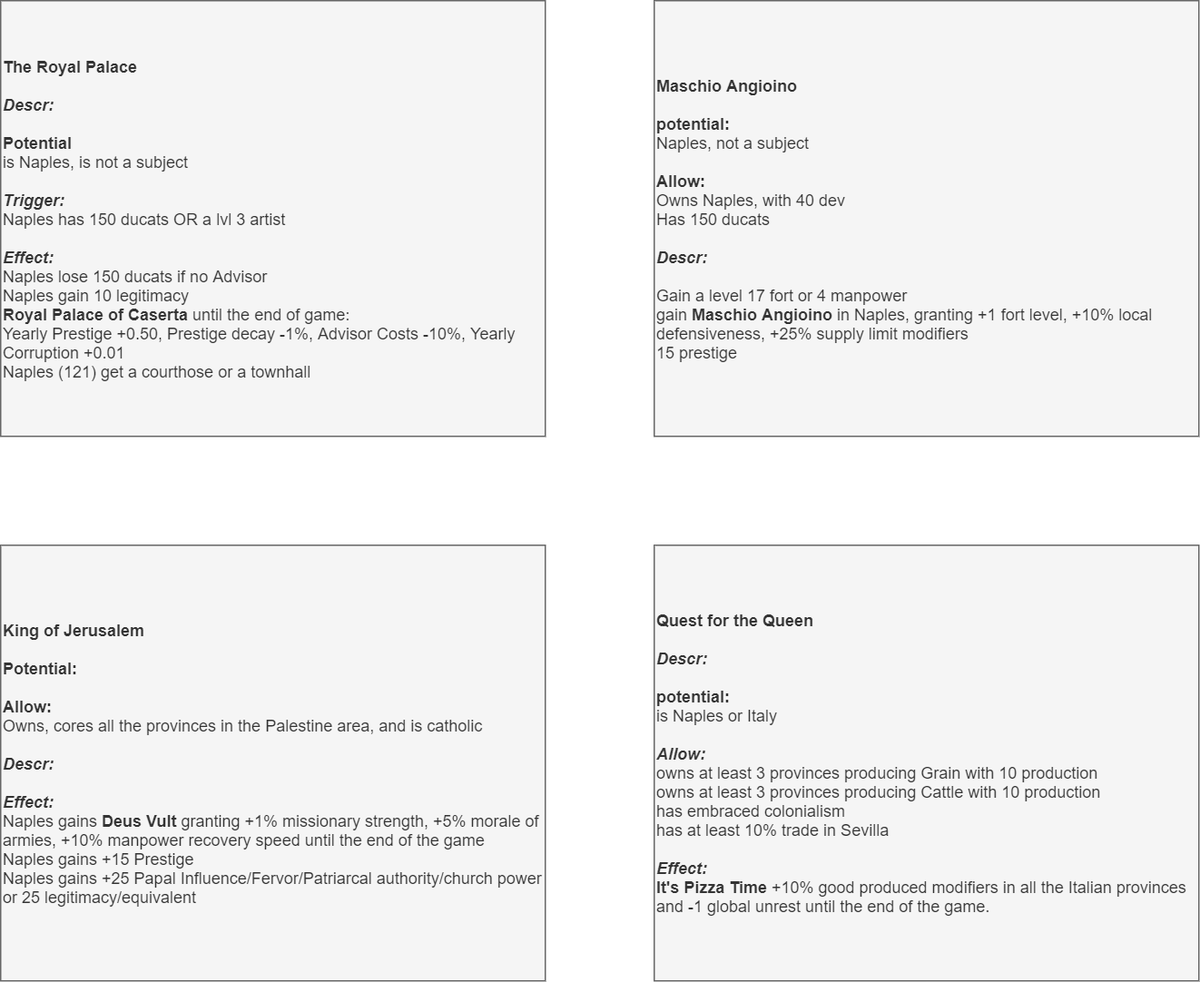
Above: Naples/It's Pizza Time 0.97-Decision.png in Melvasul/Missions-Expanded (draw.io), before the change. Source tidied: cells renumbered, new cells last; positions are measured from the earlier drawing's top-left corner, leaving out a move shared by most shapes.
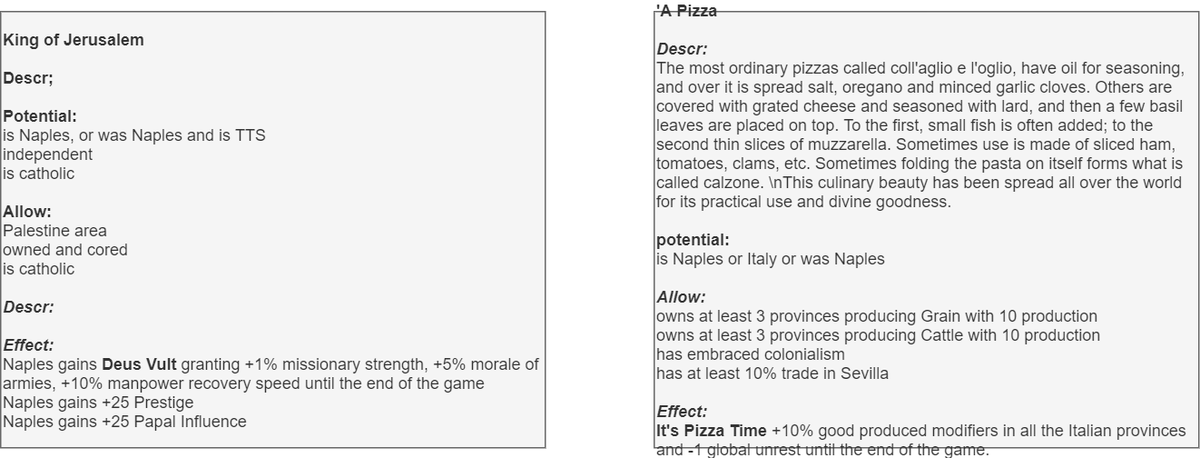
After the commit.

The edit, as a diff of the source:
```diff
@@ -2,16 +2,10 @@
   <root>
     <mxCell id="0" />
     <mxCell id="1" parent="0" />
-    <mxCell id="2" value="&lt;div style=&quot;font-size: 12px&quot; align=&quot;left&quot;&gt;&lt;font style=&quot;font-size: 12px&quot;&gt;&lt;b style=&quot;font-size: 12px&quot;&gt;&lt;font style=&quot;font-size: 12px&quot;&gt;The Royal Palace&lt;/font&gt;&lt;/b&gt;&lt;/font&gt;&lt;/div&gt;&lt;div style=&quot;font-size: 12px&quot; align=&quot;left&quot;&gt;&lt;font style=&quot;font-size: 12px&quot;&gt;&lt;b style=&quot;font-size: 12px&quot;&gt;&lt;font style=&quot;font-size: 12px&quot;&gt;&lt;br style=&quot;font-size: 12px&quot;&gt;&lt;/font&gt;&lt;/b&gt;&lt;/font&gt;&lt;/div&gt;&lt;div style=&quot;font-size: 12px&quot; align=&quot;left&quot;&gt;&lt;font style=&quot;font-size: 12px&quot;&gt;&lt;span style=&quot;font-size: 12px&quot;&gt;&lt;font style=&quot;font-size: 12px&quot;&gt;&lt;i style=&quot;font-size: 12px&quot;&gt;&lt;b style=&quot;font-size: 12px&quot;&gt;Descr:&lt;/b&gt;&lt;/i&gt;&lt;/font&gt;&lt;/span&gt;&lt;/font&gt;&lt;/div&gt;&lt;div style=&quot;font-size: 12px&quot; align=&quot;left&quot;&gt;&lt;div align=&quot;left&quot; style=&quot;font-size: 12px&quot;&gt;&lt;br&gt;&lt;/div&gt;&lt;div align=&quot;left&quot; style=&quot;font-size: 12px&quot;&gt;&lt;b&gt;Potential&lt;/b&gt;&lt;/div&gt;&lt;div align=&quot;left&quot; style=&quot;font-size: 12px&quot;&gt;is Naples, is not a subject&lt;/div&gt;&lt;div align=&quot;left&quot; style=&quot;font-size: 12px&quot;&gt;&lt;br&gt;&lt;/div&gt;&lt;/div&gt;&lt;div style=&quot;font-size: 12px&quot; align=&quot;left&quot;&gt;&lt;font style=&quot;font-size: 12px&quot;&gt;&lt;b style=&quot;font-size: 12px&quot;&gt;&lt;i style=&quot;font-size: 12px&quot;&gt;Trigger:&lt;/i&gt;&lt;/b&gt;&lt;/font&gt;&lt;/div&gt;&lt;div style=&quot;font-size: 12px&quot; align=&quot;left&quot;&gt;Naples has 150 ducats OR a lvl 3 artist&lt;/div&gt;&lt;div style=&quot;font-size: 12px&quot; align=&quot;left&quot;&gt;&lt;br&gt;&lt;/div&gt;&lt;div style=&quot;font-size: 12px&quot; align=&quot;left&quot;&gt;&lt;font style=&quot;font-size: 12px&quot;&gt;&lt;font style=&quot;font-size: 12px&quot;&gt;&lt;b style=&quot;font-size: 12px&quot;&gt;&lt;i style=&quot;font-size: 12px&quot;&gt;Effect:&lt;/i&gt;&lt;/b&gt;&lt;/font&gt;&lt;/font&gt;&lt;/div&gt;&lt;div style=&quot;font-size: 12px&quot; align=&quot;left&quot;&gt;Naples lose 150 ducats if no Advisor&lt;/div&gt;&lt;div style=&quot;font-size: 12px&quot; align=&quot;left&quot;&gt;Naples gain 10 legitimacy&lt;/div&gt;&lt;div style=&quot;font-size: 12px&quot; align=&quot;left&quot;&gt;&lt;b&gt;Royal Palace of Caserta &lt;/b&gt;until the end of game:&lt;/div&gt;&lt;div style=&quot;font-size: 12px&quot; align=&quot;left&quot;&gt;&lt;div align=&quot;left&quot;&gt;Yearly Prestige +0.50,&amp;nbsp;&lt;span&gt;Prestige decay -1%,&lt;/span&gt;&lt;span&gt;&amp;nbsp;&lt;/span&gt;&lt;span&gt;Advisor Costs -10%, Yearly Corruption +0.01&lt;/span&gt;&lt;/div&gt;&lt;div align=&quot;left&quot;&gt;&lt;span&gt;Naples (121)&amp;nbsp;&lt;/span&gt;&lt;span&gt;get a courthose or a townhall&lt;/span&gt;&lt;br&gt;&lt;/div&gt;&lt;/div&gt;" style="rounded=0;whiteSpace=wrap;html=1;align=left;fontSize=12;fillColor=#f5f5f5;strokeColor=#666666;fontColor=#333333;" parent="1" vertex="1">
-      <mxGeometry width="400" height="320" as="geometry" />
-    </mxCell>
-    <mxCell id="3" value="&lt;div style=&quot;font-size: 12px&quot;&gt;&lt;b&gt;Maschio Angioino&lt;/b&gt;&lt;/div&gt;&lt;div style=&quot;font-size: 12px&quot;&gt;&lt;b&gt;&lt;br&gt;&lt;/b&gt;&lt;/div&gt;&lt;div style=&quot;font-size: 12px&quot;&gt;&lt;b&gt;potential:&lt;/b&gt;&lt;/div&gt;&lt;div style=&quot;font-size: 12px&quot;&gt;Naples, not a subject&lt;/div&gt;&lt;div style=&quot;font-size: 12px&quot;&gt;&lt;b&gt;&lt;br&gt;&lt;/b&gt;&lt;/div&gt;&lt;div style=&quot;font-size: 12px&quot;&gt;&lt;b&gt;Allow:&lt;/b&gt;&lt;/div&gt;&lt;div style=&quot;font-size: 12px&quot;&gt;Owns Naples, with 40 dev&lt;/div&gt;&lt;div style=&quot;font-size: 12px&quot;&gt;Has 150 ducats&lt;/div&gt;&lt;div style=&quot;font-size: 12px&quot;&gt;&lt;b&gt;&lt;br&gt;&lt;/b&gt;&lt;/div&gt;&lt;div&gt;&lt;font&gt;&lt;div style=&quot;font-size: 12px&quot;&gt;&lt;b style=&quot;font-size: 12px&quot;&gt;&lt;i style=&quot;font-size: 12px&quot;&gt;Descr:&amp;nbsp;&lt;/i&gt;&lt;/b&gt;&lt;/div&gt;&lt;div style=&quot;font-size: 12px&quot;&gt;&lt;b style=&quot;font-size: 12px&quot;&gt;&lt;i style=&quot;font-size: 12px&quot;&gt;&lt;br&gt;&lt;/i&gt;&lt;/b&gt;&lt;/div&gt;&lt;/font&gt;&lt;/div&gt;&lt;div style=&quot;font-size: 12px&quot;&gt;&lt;/div&gt;&lt;font&gt;Gain a level 17 fort or 4 manpower&lt;br&gt;gain &lt;b&gt;Maschio Angioino&lt;/b&gt;&amp;nbsp;in Naples, granting +1 fort level, +10% local defensiveness, +25% supply limit modifiers&lt;br&gt;15 prestige&lt;br&gt;&lt;/font&gt;" style="rounded=0;whiteSpace=wrap;html=1;align=left;fontSize=12;fillColor=#f5f5f5;strokeColor=#666666;fontColor=#333333;fontFamily=Helvetica;" parent="1" vertex="1">
-      <mxGeometry x="480" width="400" height="320" as="geometry" />
-    </mxCell>
-    <mxCell id="4" value="&lt;div style=&quot;font-size: 12px&quot;&gt;&lt;b style=&quot;font-size: 12px&quot;&gt;King of Jerusalem&lt;/b&gt;&lt;/div&gt;&lt;div style=&quot;font-size: 12px&quot;&gt;&lt;b style=&quot;font-size: 12px&quot;&gt;&lt;i style=&quot;font-size: 12px&quot;&gt;&lt;br&gt;&lt;/i&gt;&lt;/b&gt;&lt;/div&gt;&lt;div style=&quot;font-size: 12px&quot;&gt;&lt;b style=&quot;font-size: 12px&quot;&gt;&lt;span style=&quot;font-size: 12px&quot;&gt;Potential:&lt;/span&gt;&lt;/b&gt;&lt;/div&gt;&lt;div style=&quot;font-size: 12px&quot;&gt;&lt;br&gt;&lt;/div&gt;&lt;div style=&quot;font-size: 12px&quot;&gt;&lt;b style=&quot;font-size: 12px&quot;&gt;&lt;span style=&quot;font-size: 12px&quot;&gt;&lt;span style=&quot;font-size: 12px&quot;&gt;Allow:&lt;/span&gt;&lt;br style=&quot;font-size: 12px&quot;&gt;&lt;/span&gt;&lt;/b&gt;&lt;/div&gt;&lt;div style=&quot;font-size: 12px&quot;&gt;&lt;span&gt;Owns, cores all the provinces in the Palestine area, and is catholic&lt;/span&gt;&lt;br&gt;&lt;/div&gt;&lt;div style=&quot;font-size: 12px&quot;&gt;&lt;font style=&quot;font-size: 12px&quot;&gt;&lt;br&gt;&lt;/font&gt;&lt;/div&gt;&lt;div style=&quot;font-size: 12px&quot;&gt;&lt;i style=&quot;font-weight: 700&quot;&gt;Descr:&lt;/i&gt;&lt;br&gt;&lt;/div&gt;&lt;div style=&quot;font-size: 12px&quot;&gt;&lt;font style=&quot;font-size: 12px&quot;&gt;&lt;i style=&quot;font-weight: 700&quot;&gt;&lt;br&gt;&lt;/i&gt;&lt;/font&gt;&lt;/div&gt;&lt;div style=&quot;font-size: 12px&quot;&gt;&lt;font style=&quot;font-size: 12px&quot;&gt;&lt;b style=&quot;font-size: 12px&quot;&gt;&lt;i style=&quot;font-size: 12px&quot;&gt;Effect:&lt;/i&gt;&lt;/b&gt;&lt;/font&gt;&lt;/div&gt;&lt;div style=&quot;font-size: 12px&quot;&gt;Naples gains &lt;b&gt;Deus Vult&lt;/b&gt;&amp;nbsp;granting +1% missionary strength, +5% morale of armies, +10% manpower recovery speed until the end of the game&lt;/div&gt;&lt;div style=&quot;font-size: 12px&quot;&gt;Naples gains +15 Prestige&lt;/div&gt;&lt;div style=&quot;font-size: 12px&quot;&gt;Naples gains +25 Papal Influence/Fervor/Patriarcal authority/church power or 25 legitimacy/equivalent&lt;/div&gt;" style="rounded=0;whiteSpace=wrap;html=1;align=left;fontSize=12;fillColor=#f5f5f5;strokeColor=#666666;fontColor=#333333;" parent="1" vertex="1">
+    <mxCell id="4" value="&lt;div style=&quot;font-size: 12px&quot;&gt;&lt;b style=&quot;font-size: 12px&quot;&gt;King of Jerusalem&lt;/b&gt;&lt;/div&gt;&lt;div style=&quot;font-size: 12px&quot;&gt;&lt;b style=&quot;font-size: 12px&quot;&gt;&lt;br&gt;&lt;/b&gt;&lt;/div&gt;&lt;div style=&quot;font-size: 12px&quot;&gt;&lt;b style=&quot;font-size: 12px&quot;&gt;Descr;&lt;/b&gt;&lt;/div&gt;&lt;div style=&quot;font-size: 12px&quot;&gt;&lt;b style=&quot;font-size: 12px&quot;&gt;&lt;i style=&quot;font-size: 12px&quot;&gt;&lt;br&gt;&lt;/i&gt;&lt;/b&gt;&lt;/div&gt;&lt;div style=&quot;font-size: 12px&quot;&gt;&lt;b style=&quot;font-size: 12px&quot;&gt;&lt;span style=&quot;font-size: 12px&quot;&gt;Potential:&lt;/span&gt;&lt;/b&gt;&lt;/div&gt;&lt;div style=&quot;font-size: 12px&quot;&gt;is Naples, or was Naples and is TTS&lt;/div&gt;&lt;div style=&quot;font-size: 12px&quot;&gt;independent&lt;/div&gt;&lt;div style=&quot;font-size: 12px&quot;&gt;is catholic&lt;/div&gt;&lt;div style=&quot;font-size: 12px&quot;&gt;&lt;br&gt;&lt;/div&gt;&lt;div style=&quot;font-size: 12px&quot;&gt;&lt;b style=&quot;font-size: 12px&quot;&gt;&lt;span style=&quot;font-size: 12px&quot;&gt;&lt;span style=&quot;font-size: 12px&quot;&gt;Allow:&lt;/span&gt;&lt;br style=&quot;font-size: 12px&quot;&gt;&lt;/span&gt;&lt;/b&gt;&lt;/div&gt;&lt;div style=&quot;font-size: 12px&quot;&gt;&lt;span&gt;Palestine area&lt;/span&gt;&lt;br&gt;&lt;/div&gt;&lt;div style=&quot;font-size: 12px&quot;&gt;&lt;span&gt;owned and cored&lt;/span&gt;&lt;/div&gt;&lt;div style=&quot;font-size: 12px&quot;&gt;&lt;span&gt;is catholic&lt;/span&gt;&lt;/div&gt;&lt;div style=&quot;font-size: 12px&quot;&gt;&lt;font style=&quot;font-size: 12px&quot;&gt;&lt;br&gt;&lt;/font&gt;&lt;/div&gt;&lt;div style=&quot;font-size: 12px&quot;&gt;&lt;i style=&quot;font-weight: 700&quot;&gt;Descr:&lt;/i&gt;&lt;br&gt;&lt;/div&gt;&lt;div style=&quot;font-size: 12px&quot;&gt;&lt;font style=&quot;font-size: 12px&quot;&gt;&lt;i style=&quot;font-weight: 700&quot;&gt;&lt;br&gt;&lt;/i&gt;&lt;/font&gt;&lt;/div&gt;&lt;div style=&quot;font-size: 12px&quot;&gt;&lt;font style=&quot;font-size: 12px&quot;&gt;&lt;b style=&quot;font-size: 12px&quot;&gt;&lt;i style=&quot;font-size: 12px&quot;&gt;Effect:&lt;/i&gt;&lt;/b&gt;&lt;/font&gt;&lt;/div&gt;&lt;div style=&quot;font-size: 12px&quot;&gt;Naples gains &lt;b&gt;Deus Vult&lt;/b&gt;&amp;nbsp;granting +1% missionary strength, +5% morale of armies, +10% manpower recovery speed until the end of the game&lt;/div&gt;&lt;div style=&quot;font-size: 12px&quot;&gt;Naples gains +25 Prestige&lt;/div&gt;&lt;div style=&quot;font-size: 12px&quot;&gt;Naples gains +25 Papal Influence&lt;/div&gt;" style="rounded=0;whiteSpace=wrap;html=1;align=left;fontSize=12;fillColor=#f5f5f5;strokeColor=#666666;fontColor=#333333;" parent="1" vertex="1">
       <mxGeometry y="400" width="400" height="320" as="geometry" />
     </mxCell>
-    <mxCell id="5" value="&lt;div style=&quot;font-size: 12px&quot; align=&quot;left&quot;&gt;&lt;b&gt;Quest for the Queen&lt;/b&gt;&lt;/div&gt;&lt;div style=&quot;font-size: 12px&quot; align=&quot;left&quot;&gt;&lt;b&gt;&lt;br&gt;&lt;/b&gt;&lt;/div&gt;&lt;div style=&quot;font-size: 12px&quot; align=&quot;left&quot;&gt;&lt;font style=&quot;font-size: 12px&quot;&gt;&lt;span style=&quot;font-size: 12px&quot;&gt;&lt;font style=&quot;font-size: 12px&quot;&gt;&lt;i style=&quot;font-size: 12px&quot;&gt;&lt;b style=&quot;font-size: 12px&quot;&gt;Descr:&lt;/b&gt;&lt;/i&gt;&lt;/font&gt;&lt;/span&gt;&lt;/font&gt;&lt;/div&gt;&lt;div style=&quot;font-size: 12px&quot; align=&quot;left&quot;&gt;&lt;div align=&quot;left&quot; style=&quot;font-size: 12px&quot;&gt;&lt;br&gt;&lt;/div&gt;&lt;div align=&quot;left&quot; style=&quot;font-size: 12px&quot;&gt;&lt;b&gt;potential:&lt;/b&gt;&lt;/div&gt;&lt;div align=&quot;left&quot; style=&quot;font-size: 12px&quot;&gt;is Naples or Italy&lt;/div&gt;&lt;div align=&quot;left&quot; style=&quot;font-size: 12px&quot;&gt;&lt;br&gt;&lt;/div&gt;&lt;/div&gt;&lt;div style=&quot;font-size: 12px&quot; align=&quot;left&quot;&gt;&lt;font style=&quot;font-size: 12px&quot;&gt;&lt;b style=&quot;font-size: 12px&quot;&gt;&lt;i style=&quot;font-size: 12px&quot;&gt;Allow:&lt;/i&gt;&lt;/b&gt;&lt;/font&gt;&lt;/div&gt;&lt;div style=&quot;font-size: 12px&quot; align=&quot;left&quot;&gt;owns at least 3 provinces producing Grain with 10 production&lt;/div&gt;&lt;div style=&quot;font-size: 12px&quot; align=&quot;left&quot;&gt;owns at least 3 provinces producing Cattle&amp;nbsp;with 10 production&lt;/div&gt;&lt;div style=&quot;font-size: 12px&quot; align=&quot;left&quot;&gt;has embraced colonialism&lt;/div&gt;&lt;div style=&quot;font-size: 12px&quot; align=&quot;left&quot;&gt;has at least 10% trade in Sevilla&lt;/div&gt;&lt;div style=&quot;font-size: 12px&quot; align=&quot;left&quot;&gt;&lt;br&gt;&lt;/div&gt;&lt;div style=&quot;font-size: 12px&quot; align=&quot;left&quot;&gt;&lt;font style=&quot;font-size: 12px&quot;&gt;&lt;font style=&quot;font-size: 12px&quot;&gt;&lt;b style=&quot;font-size: 12px&quot;&gt;&lt;i style=&quot;font-size: 12px&quot;&gt;Effect:&lt;/i&gt;&lt;/b&gt;&lt;/font&gt;&lt;/font&gt;&lt;/div&gt;&lt;div style=&quot;font-size: 12px&quot; align=&quot;left&quot;&gt;&lt;b style=&quot;font-size: 12px&quot;&gt;It's Pizza Time&amp;nbsp;&lt;/b&gt;+&lt;span style=&quot;font-size: 12px&quot;&gt;10% good produced modifiers in all the Italian provinces and -1 global unrest until the end of the game.&lt;/span&gt;&lt;/div&gt;" style="rounded=0;whiteSpace=wrap;html=1;align=left;fontSize=12;fillColor=#f5f5f5;strokeColor=#666666;fontColor=#333333;" parent="1" vertex="1">
+    <mxCell id="5" value="&lt;div align=&quot;left&quot;&gt;&lt;b&gt;'A Pizza&lt;/b&gt;&lt;br&gt;&lt;/div&gt;&lt;div style=&quot;font-size: 12px&quot; align=&quot;left&quot;&gt;&lt;b&gt;&lt;br&gt;&lt;/b&gt;&lt;/div&gt;&lt;div style=&quot;font-size: 12px&quot; align=&quot;left&quot;&gt;&lt;font style=&quot;font-size: 12px&quot;&gt;&lt;span style=&quot;font-size: 12px&quot;&gt;&lt;font style=&quot;font-size: 12px&quot;&gt;&lt;i style=&quot;font-size: 12px&quot;&gt;&lt;b style=&quot;font-size: 12px&quot;&gt;Descr:&lt;/b&gt;&lt;/i&gt;&lt;/font&gt;&lt;/span&gt;&lt;/font&gt;&lt;/div&gt;&lt;div align=&quot;left&quot;&gt;&lt;div align=&quot;left&quot;&gt;The most ordinary pizzas called coll'aglio e l'oglio, have oil for seasoning, and over it is spread salt, oregano and minced garlic cloves. Others are covered with grated cheese and seasoned with lard, and then a few basil leaves are placed on top. To the first, small fish is often added; to the second thin slices of muzzarella. Sometimes use is made of sliced ham, tomatoes, clams, etc. Sometimes folding the pasta on itself forms what is called calzone. \nThis culinary beauty has been spread all over the world for its practical use and divine goodness.&lt;br&gt;&lt;/div&gt;&lt;div align=&quot;left&quot;&gt;&lt;br&gt;&lt;/div&gt;&lt;div align=&quot;left&quot; style=&quot;font-size: 12px&quot;&gt;&lt;b&gt;potential:&lt;/b&gt;&lt;/div&gt;&lt;div align=&quot;left&quot; style=&quot;font-size: 12px&quot;&gt;is Naples or Italy or was Naples&lt;/div&gt;&lt;div align=&quot;left&quot; style=&quot;font-size: 12px&quot;&gt;&lt;br&gt;&lt;/div&gt;&lt;/div&gt;&lt;div style=&quot;font-size: 12px&quot; align=&quot;left&quot;&gt;&lt;font style=&quot;font-size: 12px&quot;&gt;&lt;b style=&quot;font-size: 12px&quot;&gt;&lt;i style=&quot;font-size: 12px&quot;&gt;Allow:&lt;/i&gt;&lt;/b&gt;&lt;/font&gt;&lt;/div&gt;&lt;div style=&quot;font-size: 12px&quot; align=&quot;left&quot;&gt;owns at least 3 provinces producing Grain with 10 production&lt;/div&gt;&lt;div style=&quot;font-size: 12px&quot; align=&quot;left&quot;&gt;owns at least 3 provinces producing Cattle&amp;nbsp;with 10 production&lt;/div&gt;&lt;div style=&quot;font-size: 12px&quot; align=&quot;left&quot;&gt;has embraced colonialism&lt;/div&gt;&lt;div style=&quot;font-size: 12px&quot; align=&quot;left&quot;&gt;has at least 10% trade in Sevilla&lt;/div&gt;&lt;div style=&quot;font-size: 12px&quot; align=&quot;left&quot;&gt;&lt;br&gt;&lt;/div&gt;&lt;div style=&quot;font-size: 12px&quot; align=&quot;left&quot;&gt;&lt;font style=&quot;font-size: 12px&quot;&gt;&lt;font style=&quot;font-size: 12px&quot;&gt;&lt;b style=&quot;font-size: 12px&quot;&gt;&lt;i style=&quot;font-size: 12px&quot;&gt;Effect:&lt;/i&gt;&lt;/b&gt;&lt;/font&gt;&lt;/font&gt;&lt;/div&gt;&lt;div style=&quot;font-size: 12px&quot; align=&quot;left&quot;&gt;&lt;b style=&quot;font-size: 12px&quot;&gt;It's Pizza Time&amp;nbsp;&lt;/b&gt;+&lt;span style=&quot;font-size: 12px&quot;&gt;10% good produced modifiers in all the Italian provinces and -1 global unrest until the end of the game.&lt;/span&gt;&lt;/div&gt;" style="rounded=0;whiteSpace=wrap;html=1;align=left;fontSize=12;fillColor=#f5f5f5;strokeColor=#666666;fontColor=#333333;" parent="1" vertex="1">
       <mxGeometry x="480" y="400" width="400" height="320" as="geometry" />
     </mxCell>
   </root>
```
